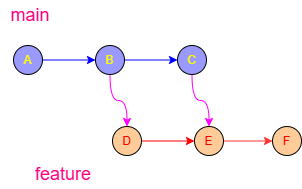
The draw.io diagram Programming/Linux/Git/Images/Imagine_merge_twice_001.png in karlschmitt/Zettelkasten, before a commit. Source tidied: cells renumbered, new cells last; positions are measured from the earlier drawing's top-left corner, leaving out a move shared by most shapes.
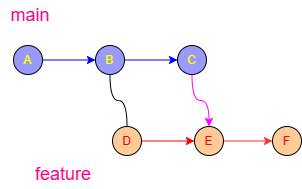
After the change.

What changed in the source:
```diff
@@ -11,9 +11,6 @@
     <mxCell id="4" style="edgeStyle=orthogonalEdgeStyle;rounded=0;jettySize=auto;html=1;exitX=1;exitY=0.5;exitDx=0;exitDy=0;entryX=0;entryY=0.5;entryDx=0;entryDy=0;strokeColor=#0000FF;" parent="1" edge="1" source="6" target="8">
       <mxGeometry relative="1" as="geometry" />
     </mxCell>
-    <mxCell id="5" style="edgeStyle=orthogonalEdgeStyle;rounded=0;jettySize=auto;html=1;exitX=0.5;exitY=1;exitDx=0;exitDy=0;curved=1;strokeColor=#FF00FF;" parent="1" edge="1" source="6" target="11">
-      <mxGeometry relative="1" as="geometry" />
-    </mxCell>
     <mxCell id="6" value="&lt;font style=&quot;color: rgb(255, 255, 0);&quot;&gt;B&lt;/font&gt;" style="ellipse;whiteSpace=wrap;html=1;fillColor=#9999FF;" parent="1" vertex="1">
       <mxGeometry x="95" y="45" width="29" height="29" as="geometry" />
     </mxCell>
@@ -29,6 +26,9 @@
     <mxCell id="10" style="edgeStyle=orthogonalEdgeStyle;curved=1;rounded=0;jettySize=auto;html=1;exitX=1;exitY=0.5;exitDx=0;exitDy=0;entryX=0;entryY=0.5;entryDx=0;entryDy=0;strokeColor=#FF0000;" parent="1" edge="1" source="11" target="13">
       <mxGeometry relative="1" as="geometry" />
     </mxCell>
+    <mxCell id="16" style="edgeStyle=orthogonalEdgeStyle;shape=wire;curved=1;rounded=0;jettySize=auto;html=1;entryX=0.5;entryY=1;entryDx=0;entryDy=0;dashed=1;endArrow=none;endFill=0;" parent="1" edge="1" source="11" target="6">
+      <mxGeometry relative="1" as="geometry" />
+    </mxCell>
     <mxCell id="11" value="&lt;font style=&quot;color: rgb(255, 0, 0);&quot;&gt;D&lt;/font&gt;" style="ellipse;whiteSpace=wrap;html=1;fillColor=#FFCC99;" parent="1" vertex="1">
       <mxGeometry x="112" y="126" width="29" height="29" as="geometry" />
     </mxCell>
```
